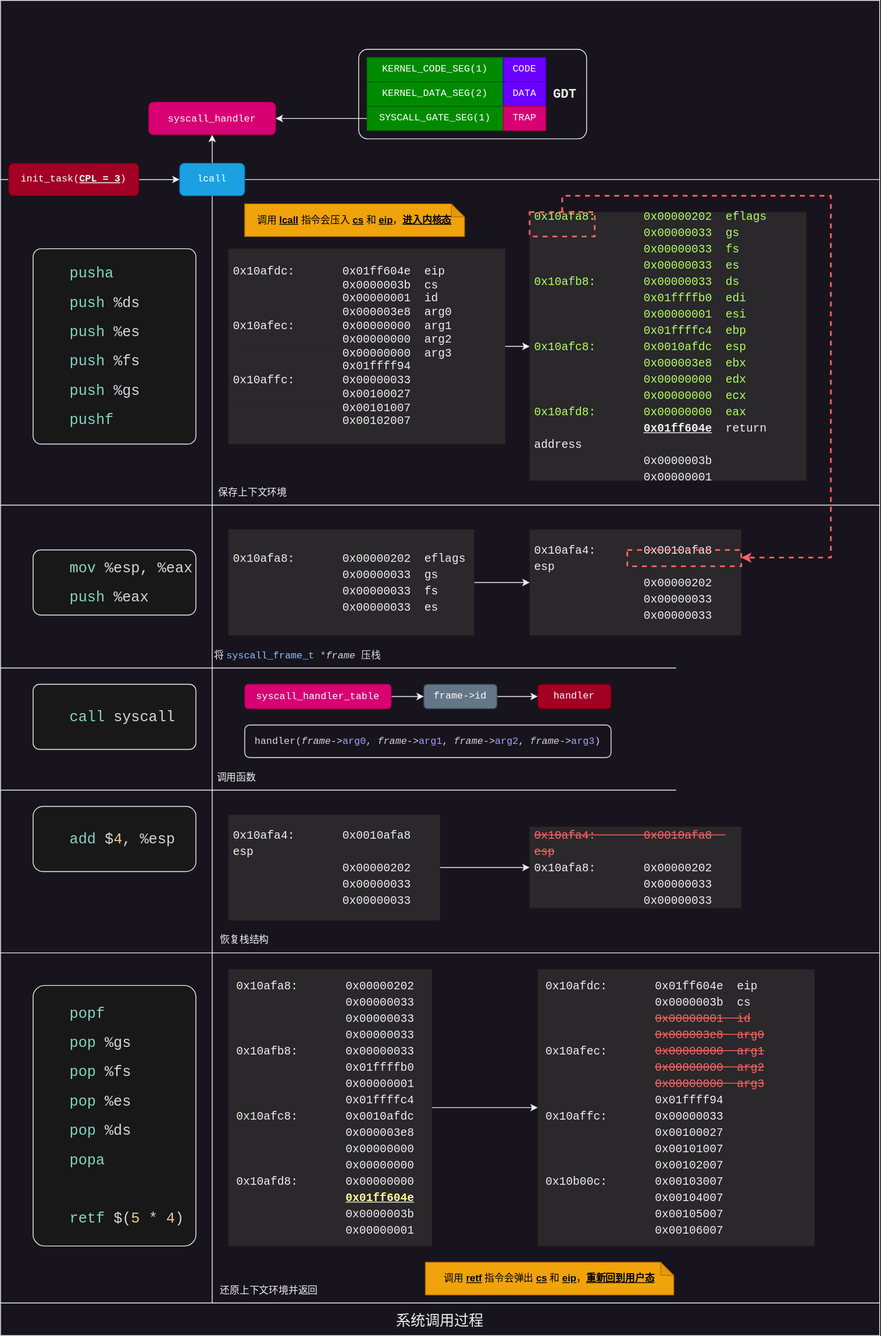
Earlier version of the draw.io export images/系统调用.svg (caoaolong/coding-soul-docs). Source tidied: cells renumbered, new cells last; positions are measured from the earlier drawing's top-left corner, leaving out a move shared by most shapes.
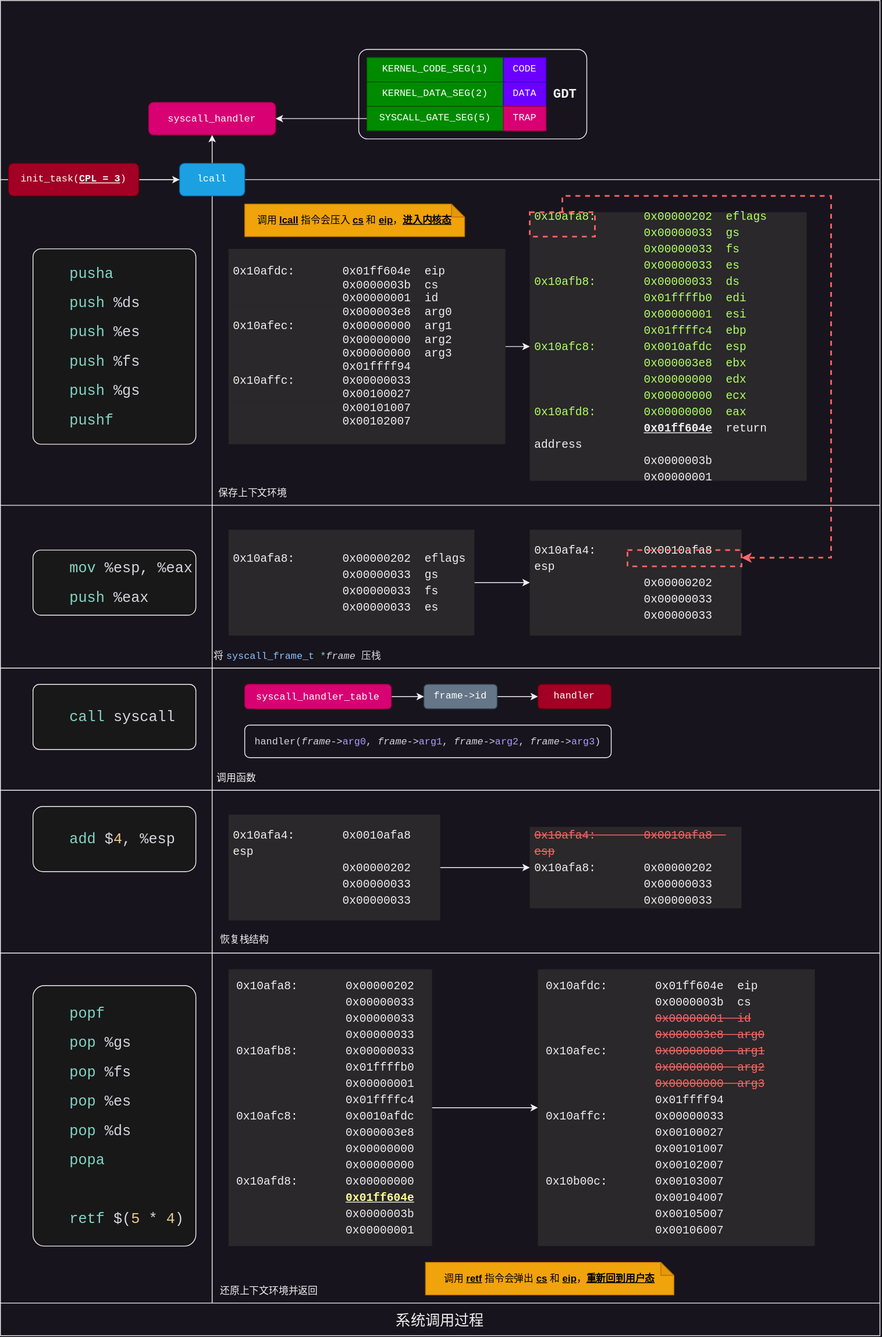
After the commit.

Diff of the diagram source:
```diff
@@ -40,7 +40,7 @@
     <mxCell id="13" style="group;fontFamily=Courier New;" parent="5" vertex="1">
       <mxGeometry x="10" y="70" width="220" height="30" as="geometry" />
     </mxCell>
-    <mxCell id="14" value="SYSCALL_GATE_SEG(1)" style="rounded=0;whiteSpace=wrap;html=1;fillColor=#008a00;fontColor=#ffffff;strokeColor=#005700;fontFamily=Courier New;" parent="13" vertex="1">
+    <mxCell id="14" value="SYSCALL_GATE_SEG(5)" style="rounded=0;whiteSpace=wrap;html=1;fillColor=#008a00;fontColor=#ffffff;strokeColor=#005700;fontFamily=Courier New;" parent="13" vertex="1">
       <mxGeometry width="167.6" height="30" as="geometry" />
     </mxCell>
     <mxCell id="15" value="TRAP" style="rounded=0;whiteSpace=wrap;html=1;fillColor=#d80073;fontColor=#ffffff;strokeColor=#A50040;fontFamily=Courier New;" parent="13" vertex="1">
@@ -76,13 +76,13 @@
     <mxCell id="24" style="endArrow=none;html=1;rounded=0;" parent="1" edge="1">
       <mxGeometry relative="1" as="geometry">
         <mxPoint y="820" as="sourcePoint" />
-        <mxPoint x="830" y="820" as="targetPoint" />
+        <mxPoint x="1080" y="820" as="targetPoint" />
       </mxGeometry>
     </mxCell>
     <mxCell id="25" style="endArrow=none;html=1;rounded=0;" parent="1" edge="1">
       <mxGeometry relative="1" as="geometry">
         <mxPoint y="970" as="sourcePoint" />
-        <mxPoint x="830" y="970" as="targetPoint" />
+        <mxPoint x="1080" y="970" as="targetPoint" />
       </mxGeometry>
     </mxCell>
     <mxCell id="26" style="endArrow=none;html=1;rounded=0;" parent="1" edge="1" source="33">
```
